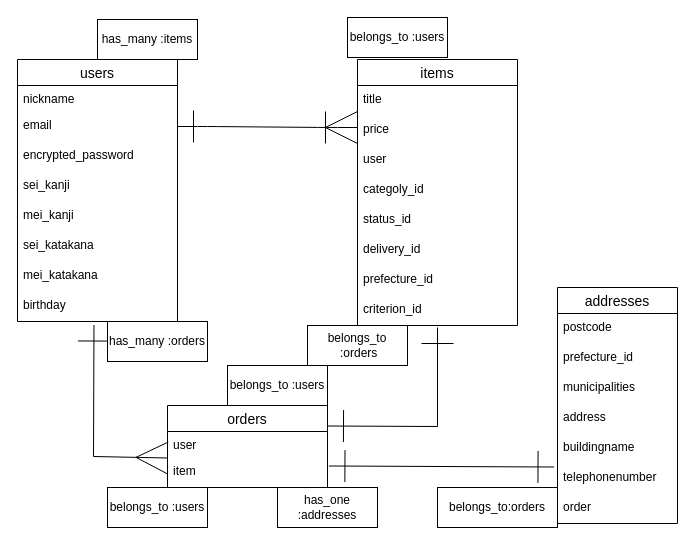
This is test.dio from codegiter1018/furima-38614, a draw.io file, before an edit. Source tidied: cells renumbered, new cells numbered last; positions are measured from the earlier drawing's top-left corner, leaving out a move shared by most shapes. Both pictures are drawn from the tidied source at 100%, with x=0, y=0 at pixel (17, 17).
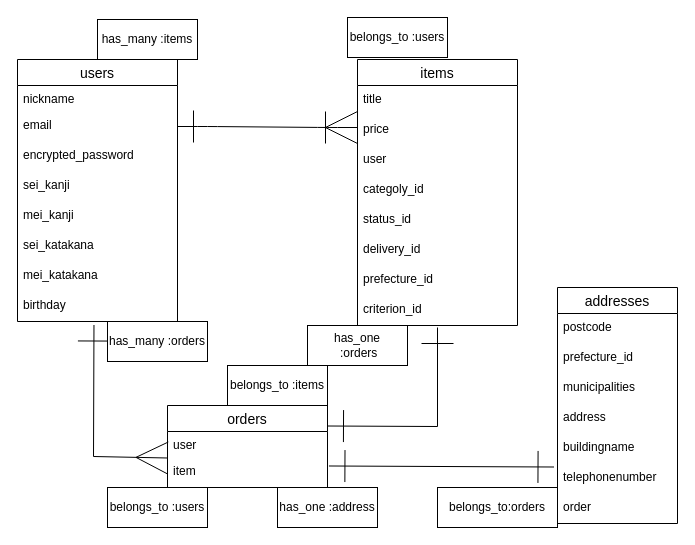
Above is the later version.

Commit message (it also covers changes not shown here):
データベース設計修正4

What changed in the source:
```diff
@@
-    <mxCell id="35" value="has_one :addresses" style="whiteSpace=wrap;html=1;align=center;" parent="1" vertex="1">
+    <mxCell id="35" value="has_one :address" style="whiteSpace=wrap;html=1;align=center;" parent="1" vertex="1">
       <mxGeometry x="260" y="470" width="100" height="40" as="geometry" />
     </mxCell>
@@
-    <mxCell id="38" value="belongs_to :users" style="whiteSpace=wrap;html=1;align=center;" parent="1" vertex="1">
+    <mxCell id="38" value="belongs_to :items" style="whiteSpace=wrap;html=1;align=center;" parent="1" vertex="1">
       <mxGeometry x="210" y="348" width="100" height="40" as="geometry" />
     </mxCell>
@@
-    <mxCell id="42" value="belongs_to&lt;br&gt;&amp;nbsp;:orders" style="whiteSpace=wrap;html=1;align=center;" parent="1" vertex="1">
+    <mxCell id="42" value="has_one&lt;br&gt;&amp;nbsp;:orders" style="whiteSpace=wrap;html=1;align=center;" parent="1" vertex="1">
       <mxGeometry x="290" y="308" width="100" height="40" as="geometry" />
     </mxCell>
```
